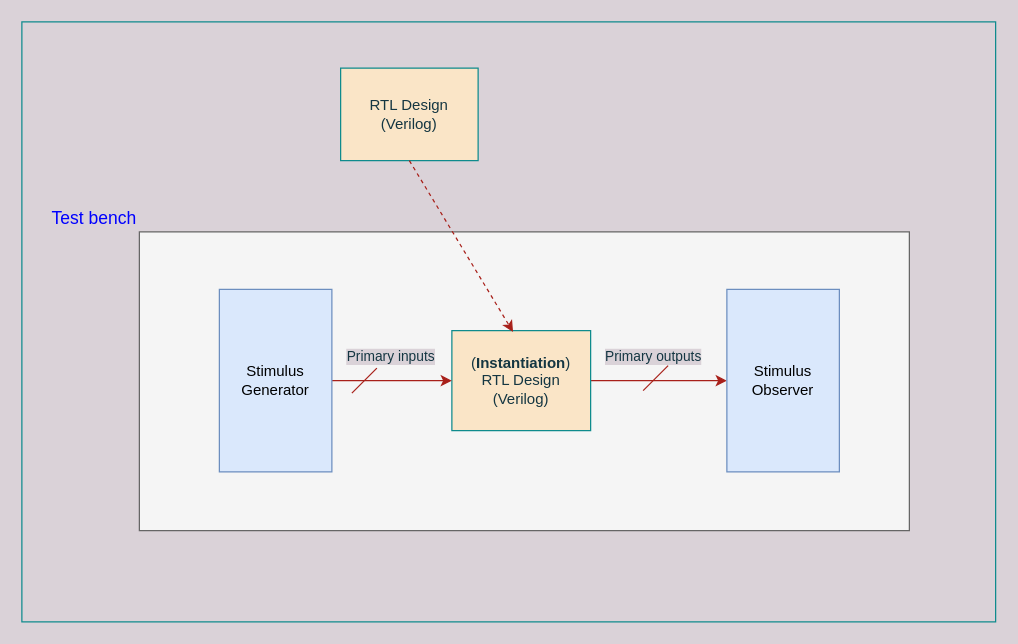
Above: page "Page-1" (1 of 4) of assets/diagrams.drawio in kambadur/sky130RTLDesignAndSynthesisWorkshop (draw.io), before the change. Source tidied: cells renumbered, new cells numbered last; positions are measured from the earlier drawing's top-left corner, leaving out a move shared by most shapes. Both pictures are drawn from the tidied source at 125%, with x=0, y=0 at pixel (21, 21).
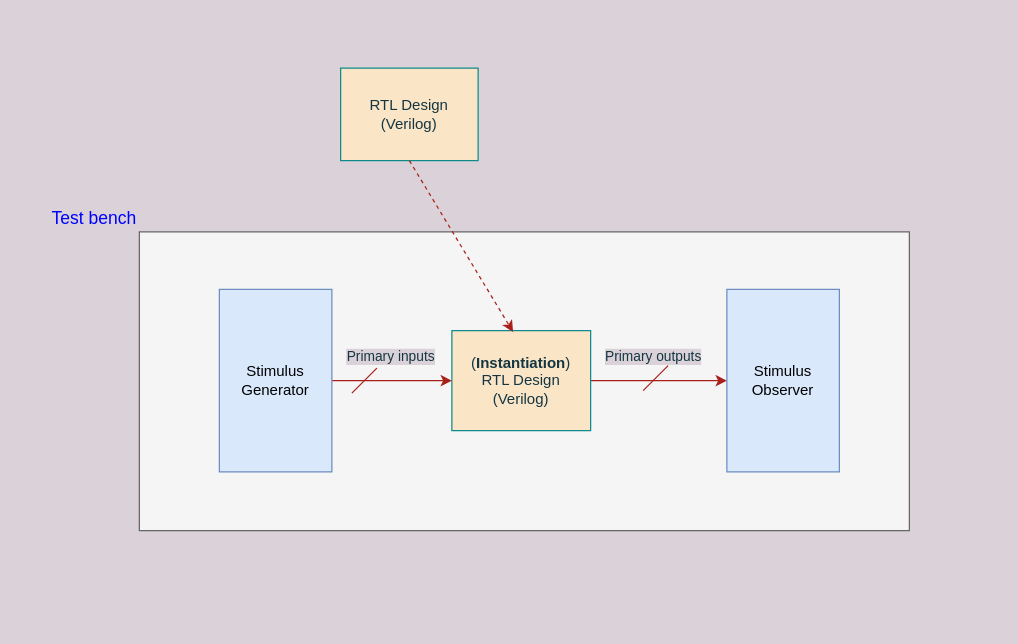
The same diagram, later.

The edit, as a diff of the source:
```diff
@@
 <mxGraphModel background="#DAD2D8">
   <root>
     <mxCell id="0" />
     <mxCell id="1" parent="0" />
     <mxCell id="2" value="RTL Design&lt;br&gt;(Verilog)" style="rounded=0;whiteSpace=wrap;html=1;fillColor=#FAE5C7;strokeColor=#0F8B8D;fontColor=#143642;" parent="1" vertex="1">
       <mxGeometry x="255" y="37" width="110" height="74" as="geometry" />
     </mxCell>
     <mxCell id="3" value="&lt;div style=&quot;text-align: center; font-size: 14px;&quot;&gt;&lt;/div&gt;&lt;font color=&quot;#0000ff&quot; style=&quot;font-size: 14px;&quot;&gt;Test bench&lt;/font&gt;" style="rounded=0;whiteSpace=wrap;html=1;labelPosition=left;verticalLabelPosition=top;align=right;verticalAlign=bottom;horizontal=1;fontSize=14;fillColor=#f5f5f5;fontColor=#333333;strokeColor=#666666;" parent="1" vertex="1">
       <mxGeometry x="94" y="168" width="616" height="239" as="geometry" />
     </mxCell>
     <mxCell id="4" style="edgeStyle=orthogonalEdgeStyle;rounded=0;jettySize=auto;html=1;labelBackgroundColor=#DAD2D8;strokeColor=#A8201A;fontColor=#143642;" parent="1" edge="1" source="5" target="13">
       <mxGeometry relative="1" as="geometry" />
     </mxCell>
     <mxCell id="5" value="(&lt;b&gt;Instantiation&lt;/b&gt;)&lt;br&gt;RTL Design&lt;br&gt;(Verilog)" style="rounded=0;whiteSpace=wrap;html=1;fillColor=#FAE5C7;strokeColor=#0F8B8D;fontColor=#143642;" parent="1" vertex="1">
       <mxGeometry x="344" y="247" width="111" height="80" as="geometry" />
     </mxCell>
     <mxCell id="6" style="edgeStyle=orthogonalEdgeStyle;rounded=0;jettySize=auto;html=1;entryX=0;entryY=0.5;entryDx=0;entryDy=0;labelBackgroundColor=#DAD2D8;strokeColor=#A8201A;fontColor=#143642;" parent="1" edge="1" source="8" target="5">
       <mxGeometry relative="1" as="geometry" />
     </mxCell>
     <mxCell id="7" value="Primary inputs" style="edgeLabel;html=1;align=center;verticalAlign=middle;fontColor=#143642;rounded=0;labelBackgroundColor=#DAD2D8;" parent="6" vertex="1">
       <mxGeometry x="-0.32" y="1" relative="1" as="geometry">
         <mxPoint x="13" y="-19" as="offset" />
       </mxGeometry>
     </mxCell>
     <mxCell id="8" value="Stimulus &lt;br&gt;Generator" style="rounded=0;whiteSpace=wrap;html=1;fillColor=#dae8fc;strokeColor=#6c8ebf;" parent="1" vertex="1">
       <mxGeometry x="158" y="214" width="90" height="146" as="geometry" />
     </mxCell>
     <mxCell id="9" style="endArrow=none;html=1;rounded=0;labelBackgroundColor=#DAD2D8;strokeColor=#A8201A;fontColor=#143642;" parent="1" edge="1">
       <mxGeometry relative="1" as="geometry">
         <mxPoint x="264" y="297" as="sourcePoint" />
         <mxPoint x="284" y="277" as="targetPoint" />
       </mxGeometry>
     </mxCell>
     <mxCell id="10" style="endArrow=none;html=1;rounded=0;labelBackgroundColor=#DAD2D8;strokeColor=#A8201A;fontColor=#143642;" parent="1" edge="1">
       <mxGeometry relative="1" as="geometry">
         <mxPoint x="497" y="295" as="sourcePoint" />
         <mxPoint x="517" y="275" as="targetPoint" />
       </mxGeometry>
     </mxCell>
     <mxCell id="11" style="endArrow=classic;html=1;rounded=0;exitX=0.5;exitY=1;exitDx=0;exitDy=0;fillColor=#FAE5C7;strokeColor=#A8201A;dashed=1;entryX=0.441;entryY=0.013;entryDx=0;entryDy=0;entryPerimeter=0;labelBackgroundColor=#DAD2D8;fontColor=#143642;" parent="1" edge="1" source="2" target="5">
       <mxGeometry relative="1" as="geometry" />
     </mxCell>
     <mxCell id="12" value="Primary outputs" style="edgeLabel;html=1;align=center;verticalAlign=middle;fontColor=#143642;rounded=0;labelBackgroundColor=#DAD2D8;" parent="1" vertex="1">
       <mxGeometry x="524" y="267" as="geometry">
         <mxPoint x="-20" as="offset" />
       </mxGeometry>
     </mxCell>
     <mxCell id="13" value="Stimulus &lt;br&gt;Observer" style="rounded=0;whiteSpace=wrap;html=1;fillColor=#dae8fc;strokeColor=#6c8ebf;" parent="1" vertex="1">
       <mxGeometry x="564" y="214" width="90" height="146" as="geometry" />
     </mxCell>
-    <mxCell id="14" style="rounded=0;whiteSpace=wrap;html=1;fillColor=none;strokeColor=#0F8B8D;fontColor=#143642;" parent="1" vertex="1">
-      <mxGeometry width="779" height="480" as="geometry" />
-    </mxCell>
   </root>
 </mxGraphModel>
```
